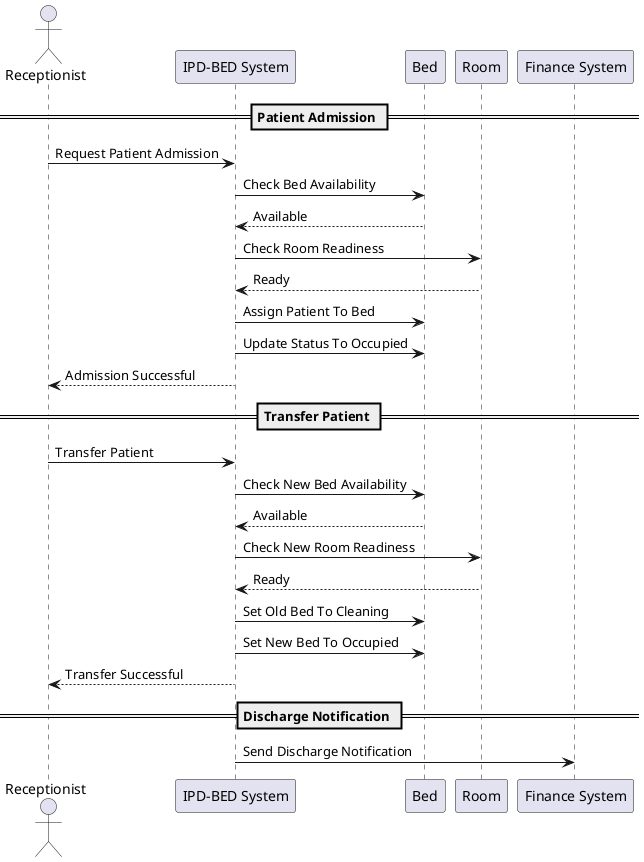
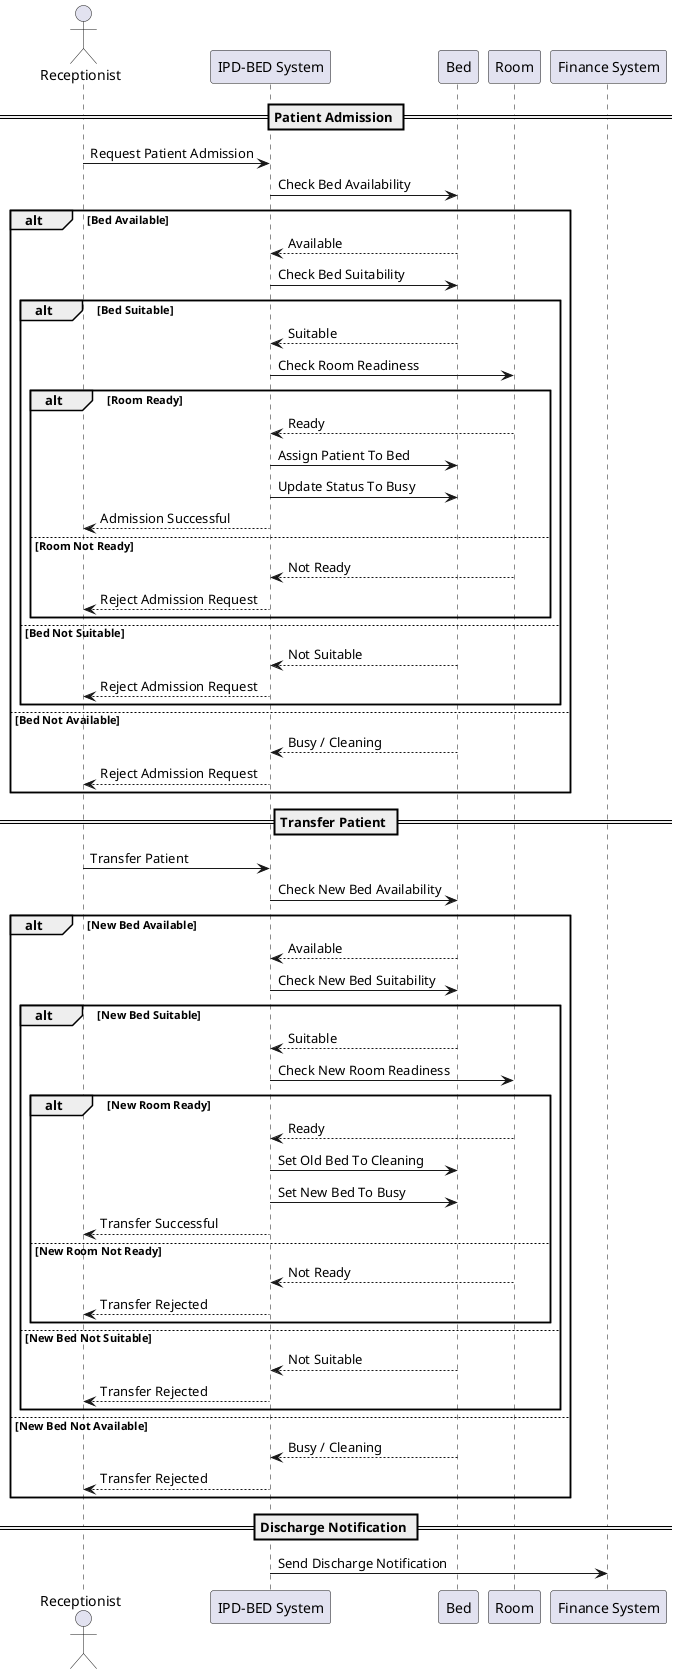
@startuml sequence

actor Receptionist

participant "IPD-BED System" as System
participant Bed
participant Room
participant "Finance System" as Finance

== Patient Admission ==

Receptionist -> System : Request Patient Admission

System -> Bed : Check Bed Availability
- Bed --> System : Available

- System -> Room : Check Room Readiness
- Room --> System : Ready
+ alt Bed Available

- System -> Bed : Assign Patient To Bed
- System -> Bed : Update Status To Occupied
+     Bed --> System : Available

- System --> Receptionist : Admission Successful
+     System -> Bed : Check Bed Suitability
+ 
+     alt Bed Suitable
+ 
+         Bed --> System : Suitable
+ 
+         System -> Room : Check Room Readiness
+ 
+         alt Room Ready
+ 
+             Room --> System : Ready
+ 
+             System -> Bed : Assign Patient To Bed
+ 
+             System -> Bed : Update Status To Busy
+ 
+             System --> Receptionist : Admission Successful
+ 
+         else Room Not Ready
+ 
+             Room --> System : Not Ready
+ 
+             System --> Receptionist : Reject Admission Request
+ 
+         end
+ 
+     else Bed Not Suitable
+ 
+         Bed --> System : Not Suitable
+ 
+         System --> Receptionist : Reject Admission Request
+ 
+     end
+ 
+ else Bed Not Available
+ 
+     Bed --> System : Busy / Cleaning
+ 
+     System --> Receptionist : Reject Admission Request
+ 
+ end
+ 

== Transfer Patient ==

Receptionist -> System : Transfer Patient

System -> Bed : Check New Bed Availability
- Bed --> System : Available

- System -> Room : Check New Room Readiness
- Room --> System : Ready
+ alt New Bed Available

- System -> Bed : Set Old Bed To Cleaning
- System -> Bed : Set New Bed To Occupied
+     Bed --> System : Available

- System --> Receptionist : Transfer Successful
+     System -> Bed : Check New Bed Suitability
+ 
+     alt New Bed Suitable
+ 
+         Bed --> System : Suitable
+ 
+         System -> Room : Check New Room Readiness
+ 
+         alt New Room Ready
+ 
+             Room --> System : Ready
+ 
+             System -> Bed : Set Old Bed To Cleaning
+ 
+             System -> Bed : Set New Bed To Busy
+ 
+             System --> Receptionist : Transfer Successful
+ 
+         else New Room Not Ready
+ 
+             Room --> System : Not Ready
+ 
+             System --> Receptionist : Transfer Rejected
+ 
+         end
+ 
+     else New Bed Not Suitable
+ 
+         Bed --> System : Not Suitable
+ 
+         System --> Receptionist : Transfer Rejected
+ 
+     end
+ 
+ else New Bed Not Available
+ 
+     Bed --> System : Busy / Cleaning
+ 
+     System --> Receptionist : Transfer Rejected
+ 
+ end
+ 

== Discharge Notification ==

System -> Finance : Send Discharge Notification

@enduml